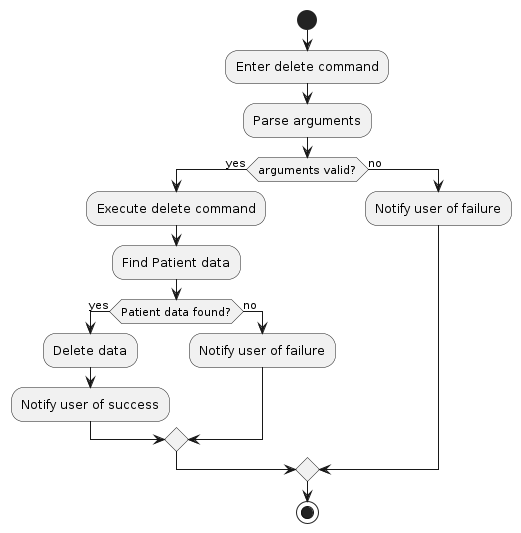
Above: diagrams/DeleteActivityDiagram.png in AY2324S1-CS2103T-T14-3/tp (PlantUML), before the change. Its source is kept beside it as diagrams/DeleteActivityDiagram.puml.
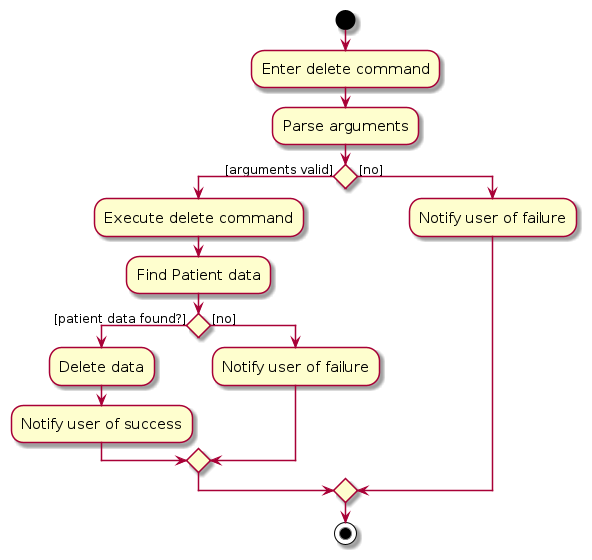
After the change.

What changed in the source:
```diff
@@ -1,24 +1,28 @@
 @startuml Delete Patient Data
 start
+
+skin rose
+skinparam ActivityFontSize 15
+skinparam ArrowFontSize 12
 
 :Enter delete command;
 :Parse arguments;
 
-if (arguments valid?) then (yes)
+if () then ([arguments valid])
 
 :Execute delete command;
 :Find Patient data;
 
-if (Patient data found?) then (yes)
+if () then ([patient data found?])
 
 :Delete data;
 :Notify user of success;
-else (no)
+else ([no])
 
 :Notify user of failure;
 endif
 
-else (no)
+else ([no])
 
 :Notify user of failure;
 
```
